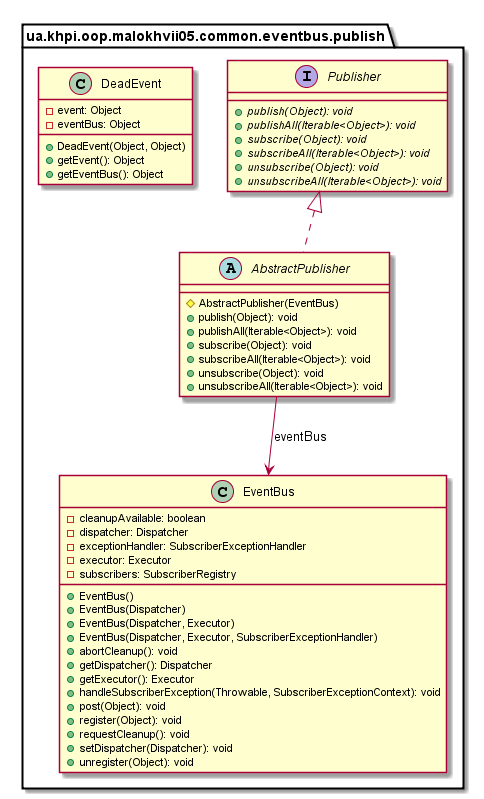
Earlier version of the PlantUML export malokhvii-eduard/malokhvii05/doc/plantuml/png/ua.khpi.oop.malokhvii05.common.eventbus.publish.package.png (P-Kalin/kit26a).
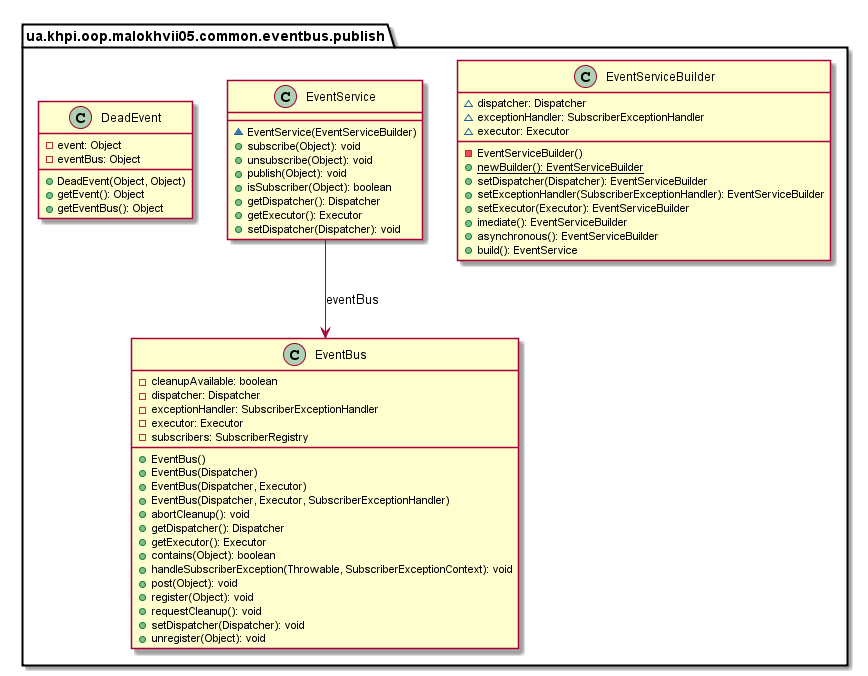
Above is the later version.

What changed in the source:
```diff
@@ -2,13 +2,29 @@
 
     namespace ua.khpi.oop.malokhvii05.common.eventbus.publish {
 
-        interface Publisher {
-            {abstract} +publish(Object): void
-            {abstract} +publishAll(Iterable<Object>): void
-            {abstract} +subscribe(Object): void
-            {abstract} +subscribeAll(Iterable<Object>): void
-            {abstract} +unsubscribe(Object): void
-            {abstract} +unsubscribeAll(Iterable<Object>): void
+        class EventServiceBuilder {
+            ~dispatcher: Dispatcher
+            ~exceptionHandler: SubscriberExceptionHandler
+            ~executor: Executor
+            -EventServiceBuilder()
+            {static} +newBuilder(): EventServiceBuilder
+            +setDispatcher(Dispatcher): EventServiceBuilder
+            +setExceptionHandler(SubscriberExceptionHandler): EventServiceBuilder
+            +setExecutor(Executor): EventServiceBuilder
+            +imediate(): EventServiceBuilder
+            +asynchronous(): EventServiceBuilder
+            +build(): EventService
+        }
+
+        class EventService {
+            ~EventService(EventServiceBuilder)
+            +subscribe(Object): void
+            +unsubscribe(Object): void
+            +publish(Object): void
+            +isSubscriber(Object): boolean
+            +getDispatcher(): Dispatcher
+            +getExecutor(): Executor
+            +setDispatcher(Dispatcher): void
         }
 
         class EventBus {
@@ -24,6 +40,7 @@
             +abortCleanup(): void
             +getDispatcher(): Dispatcher
             +getExecutor(): Executor
+            +contains(Object): boolean
             +handleSubscriberException(Throwable, SubscriberExceptionContext): void
             +post(Object): void
             +register(Object): void
@@ -40,19 +57,7 @@
             +getEventBus(): Object
         }
 
-        abstract class AbstractPublisher {
-            #AbstractPublisher(EventBus)
-            +publish(Object): void
-            +publishAll(Iterable<Object>): void
-            +subscribe(Object): void
-            +subscribeAll(Iterable<Object>): void
-            +unsubscribe(Object): void
-            +unsubscribeAll(Iterable<Object>): void
-        }
-
-        Publisher <|.. AbstractPublisher
-
-        AbstractPublisher --> EventBus: eventBus
+        EventService --> EventBus: eventBus
 
     }
 
```
